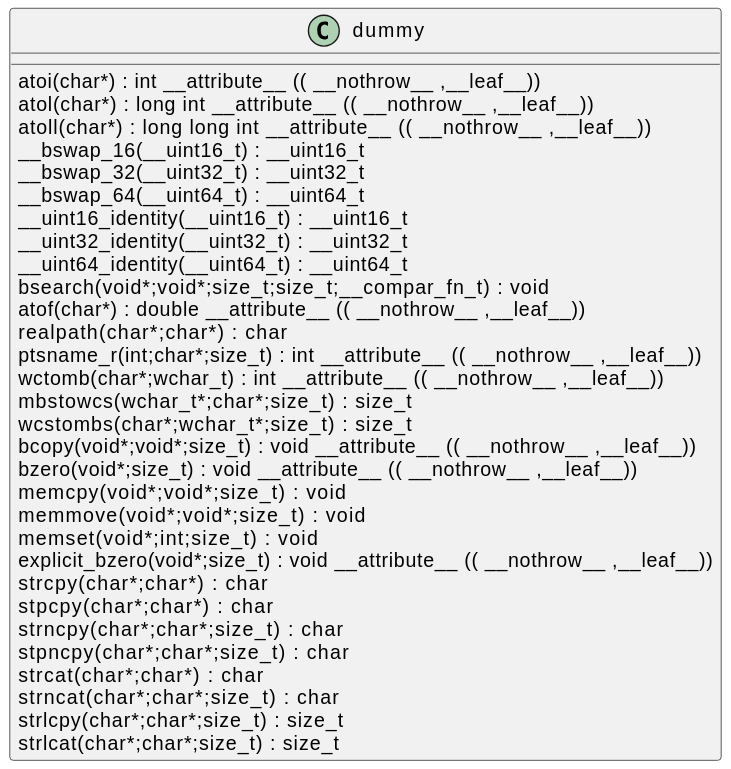
qualitesys/openssl keeps this PlantUML diagram as docs/qc/crypto/rc4/rc4_skey.c.svg. Above is the earlier version.
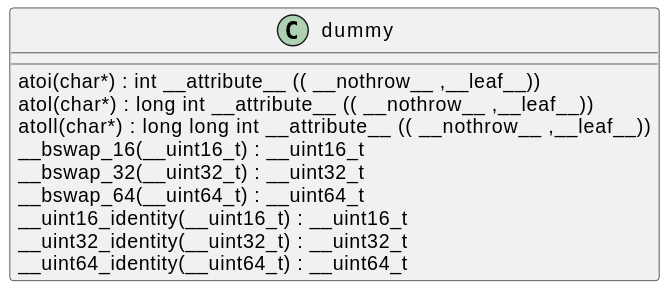
After the commit.

Diff of the diagram source:
```diff
@@ -10,26 +10,5 @@
 __uint16_identity(__uint16_t) : __uint16_t [[[./../../.././qc/crypto/rc4/rc4_skey.c.html#587]]]
 __uint32_identity(__uint32_t) : __uint32_t [[[./../../.././qc/crypto/rc4/rc4_skey.c.html#593]]]
 __uint64_identity(__uint64_t) : __uint64_t [[[./../../.././qc/crypto/rc4/rc4_skey.c.html#599]]]
-bsearch(void*;void*;size_t;size_t;__compar_fn_t) :  void  [[[./../../.././qc/crypto/rc4/rc4_skey.c.html#1283]]]
-atof(char*) :  double  __attribute__ (( __nothrow__ ,__leaf__)) [[[./../../.././qc/crypto/rc4/rc4_skey.c.html#1]]]
-realpath(char*;char*) :  char  [[[./../../.././qc/crypto/rc4/rc4_skey.c.html#1]]]
-ptsname_r(int;char*;size_t) :  int  __attribute__ (( __nothrow__ ,__leaf__)) [[[./../../.././qc/crypto/rc4/rc4_skey.c.html#1]]]
-wctomb(char*;wchar_t) :  int  __attribute__ (( __nothrow__ ,__leaf__)) [[[./../../.././qc/crypto/rc4/rc4_skey.c.html#1]]]
-mbstowcs(wchar_t*;char*;size_t) : size_t [[[./../../.././qc/crypto/rc4/rc4_skey.c.html#1]]]
-wcstombs(char*;wchar_t*;size_t) : size_t [[[./../../.././qc/crypto/rc4/rc4_skey.c.html#1]]]
-bcopy(void*;void*;size_t) :  void  __attribute__ (( __nothrow__ ,__leaf__)) [[[./../../.././qc/crypto/rc4/rc4_skey.c.html#1]]]
-bzero(void*;size_t) :  void  __attribute__ (( __nothrow__ ,__leaf__)) [[[./../../.././qc/crypto/rc4/rc4_skey.c.html#1]]]
-memcpy(void*;void*;size_t) :  void  [[[./../../.././qc/crypto/rc4/rc4_skey.c.html#1]]]
-memmove(void*;void*;size_t) :  void  [[[./../../.././qc/crypto/rc4/rc4_skey.c.html#1]]]
-memset(void*;int;size_t) :  void  [[[./../../.././qc/crypto/rc4/rc4_skey.c.html#1]]]
-explicit_bzero(void*;size_t) :  void  __attribute__ (( __nothrow__ ,__leaf__)) [[[./../../.././qc/crypto/rc4/rc4_skey.c.html#1]]]
-strcpy(char*;char*) :  char  [[[./../../.././qc/crypto/rc4/rc4_skey.c.html#1]]]
-stpcpy(char*;char*) :  char  [[[./../../.././qc/crypto/rc4/rc4_skey.c.html#1]]]
-strncpy(char*;char*;size_t) :  char  [[[./../../.././qc/crypto/rc4/rc4_skey.c.html#1]]]
-stpncpy(char*;char*;size_t) :  char  [[[./../../.././qc/crypto/rc4/rc4_skey.c.html#1]]]
-strcat(char*;char*) :  char  [[[./../../.././qc/crypto/rc4/rc4_skey.c.html#1]]]
-strncat(char*;char*;size_t) :  char  [[[./../../.././qc/crypto/rc4/rc4_skey.c.html#1]]]
-strlcpy(char*;char*;size_t) : size_t [[[./../../.././qc/crypto/rc4/rc4_skey.c.html#1]]]
-strlcat(char*;char*;size_t) : size_t [[[./../../.././qc/crypto/rc4/rc4_skey.c.html#1]]]
 }
 @enduml
```
